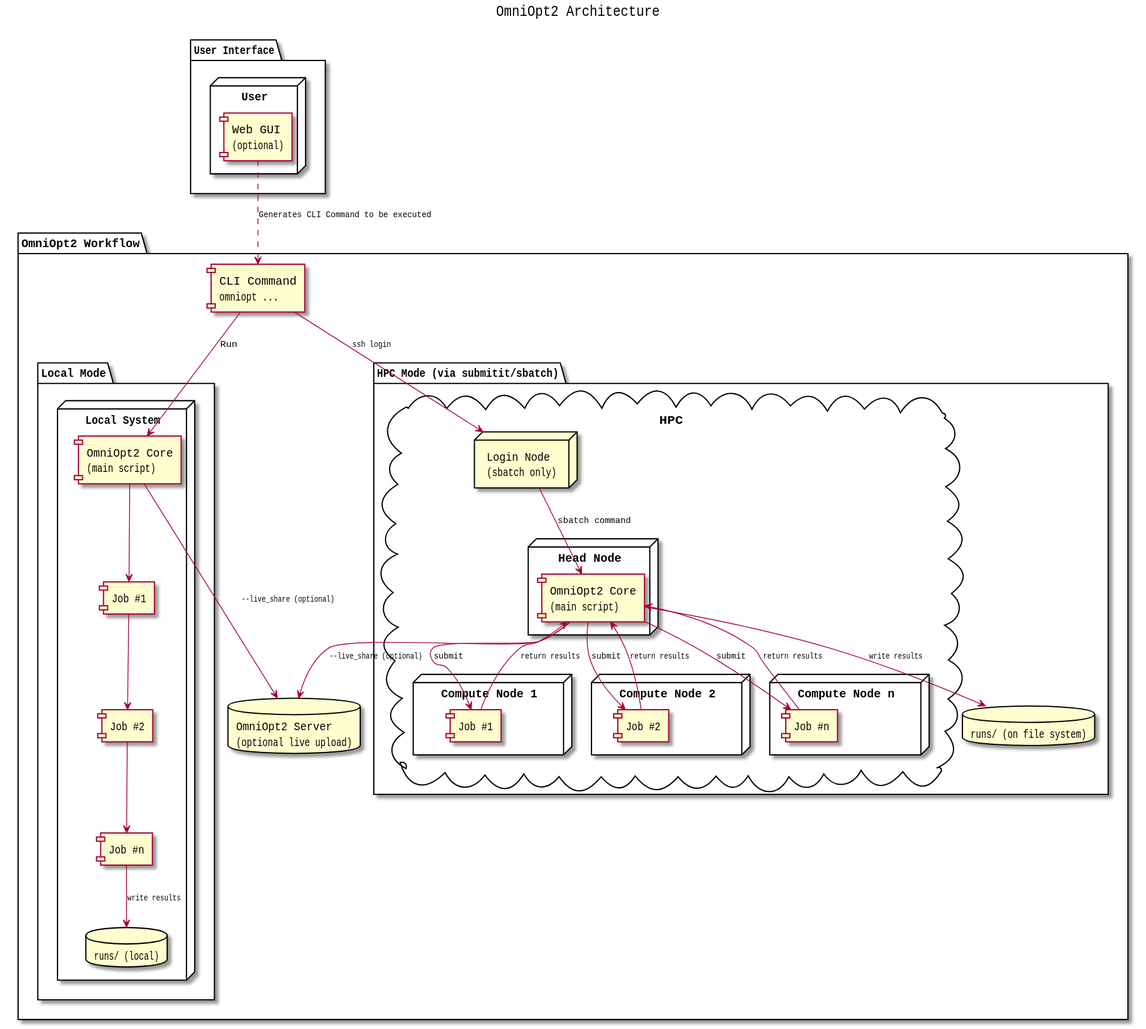
NormanTUD/OmniOpt keeps this PlantUML diagram as .gui/documentation/architektur.svg. Above is the earlier version.
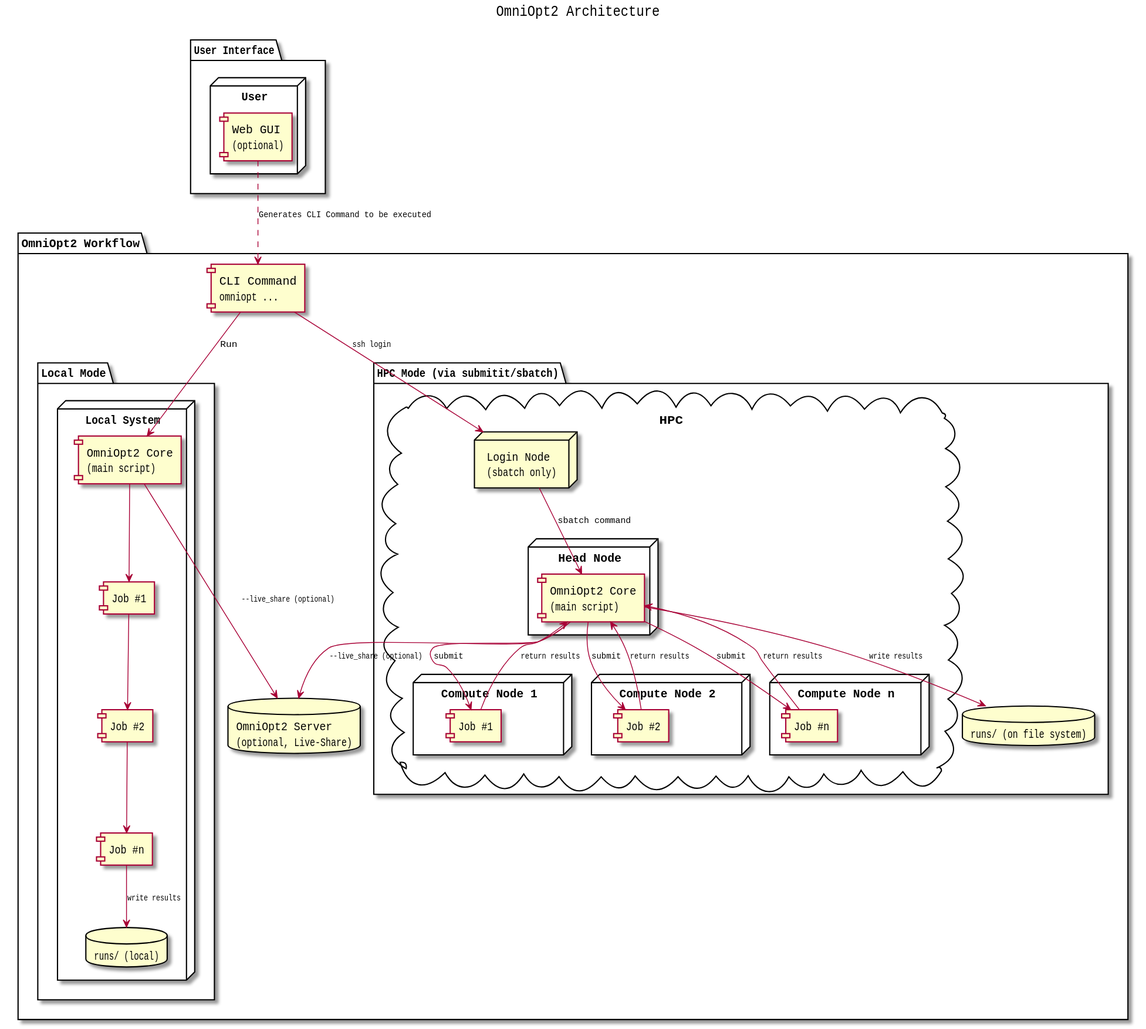
After the change.

Commit message:
better arch

What changed in the source:
```diff
@@ -17,7 +17,7 @@
 
   GUI ..> CLI : Generates CLI Command to be executed
 
-  database "OmniOpt2 Server\n(optional live upload)" as OmniOpt2Server
+  database "OmniOpt2 Server\n(optional, Live-Share)" as OmniOpt2Server
 
   package "Local Mode" {
     node "Local System" {
```
